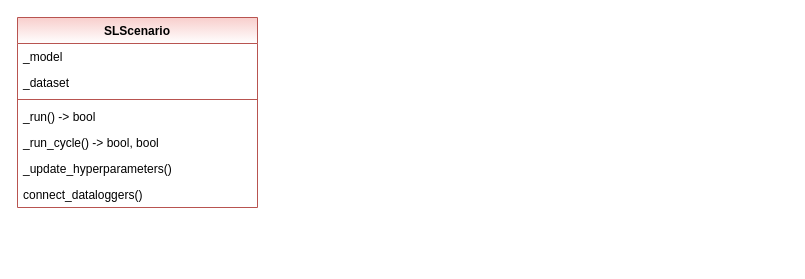
Before: page "Scenario" (2 of 4) of doc/rtd/content/04_appendices/appendix2/sub/core/mlpro_sl/images/Supervised learning.drawio in fhswf/MLPro, a draw.io diagram. Source tidied: cells renumbered, new cells numbered last; positions are measured from the earlier drawing's top-left corner, leaving out a move shared by most shapes. Both pictures are drawn from the tidied source at 100%, with x=0, y=0 at pixel (17, 17).
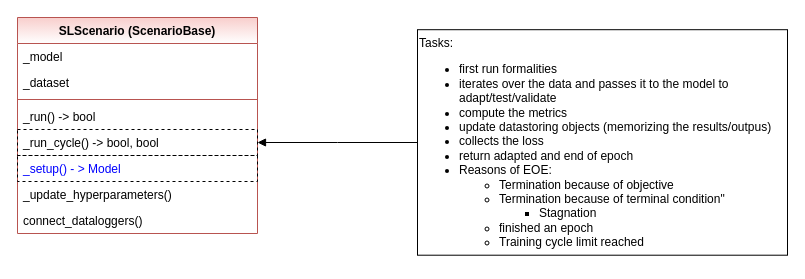
The same diagram, later.

Diff of the diagram source:
```diff
@@
 <mxGraphModel>
   <root>
     <mxCell id="0" />
     <mxCell id="1" parent="0" />
-    <mxCell id="2" value="SLScenario" style="swimlane;fontStyle=1;align=center;verticalAlign=top;horizontal=1;startSize=26;fillColor=#f8cecc;strokeColor=#b85450;gradientColor=#FFFFFF;" parent="1" vertex="1">
-      <mxGeometry width="240" height="190" as="geometry" />
+    <mxCell id="2" value="SLScenario (ScenarioBase)" style="swimlane;fontStyle=1;align=center;verticalAlign=top;horizontal=1;startSize=26;fillColor=#f8cecc;strokeColor=#b85450;gradientColor=#FFFFFF;" parent="1" vertex="1">
+      <mxGeometry width="240" height="216" as="geometry" />
     </mxCell>
     <mxCell id="3" value="_model" style="text;strokeColor=none;fillColor=none;align=left;verticalAlign=top;spacingLeft=4;spacingRight=4;overflow=hidden;" parent="2" vertex="1">
       <mxGeometry y="26" width="240" height="26" as="geometry" />
     </mxCell>
     <mxCell id="4" value="_dataset" style="text;strokeColor=none;fillColor=none;align=left;verticalAlign=top;spacingLeft=4;spacingRight=4;overflow=hidden;" parent="2" vertex="1">
       <mxGeometry y="52" width="240" height="26" as="geometry" />
     </mxCell>
     <mxCell id="5" style="line;strokeWidth=1;fillColor=none;align=left;verticalAlign=middle;spacingTop=-1;spacingLeft=3;spacingRight=3;labelPosition=right;strokeColor=inherit;" parent="2" vertex="1">
       <mxGeometry y="78" width="240" height="8" as="geometry" />
     </mxCell>
     <mxCell id="6" value="_run() -&gt; bool" style="text;strokeColor=none;fillColor=none;align=left;verticalAlign=top;spacingLeft=4;spacingRight=4;overflow=hidden;" parent="2" vertex="1">
       <mxGeometry y="86" width="240" height="26" as="geometry" />
     </mxCell>
-    <mxCell id="7" value="_run_cycle() -&gt; bool, bool " style="text;strokeColor=none;fillColor=none;align=left;verticalAlign=top;spacingLeft=4;spacingRight=4;overflow=hidden;points=[[0,0.5],[1,0.5]];portConstraint=eastwest;" parent="2" vertex="1">
+    <mxCell id="7" value="_run_cycle() -&gt; bool, bool " style="text;strokeColor=default;fillColor=none;align=left;verticalAlign=top;spacingLeft=4;spacingRight=4;overflow=hidden;points=[[0,0.5],[1,0.5]];portConstraint=eastwest;dashed=1;" parent="2" vertex="1">
       <mxGeometry y="112" width="240" height="26" as="geometry" />
     </mxCell>
+    <mxCell id="10" value="_setup() - &gt; Model" style="text;strokeColor=default;fillColor=none;align=left;verticalAlign=top;spacingLeft=4;spacingRight=4;overflow=hidden;dashed=1;fontColor=#0000FF;" parent="2" vertex="1">
+      <mxGeometry y="138" width="240" height="26" as="geometry" />
+    </mxCell>
     <mxCell id="8" value="_update_hyperparameters()" style="text;strokeColor=none;fillColor=none;align=left;verticalAlign=top;spacingLeft=4;spacingRight=4;overflow=hidden;" parent="2" vertex="1">
-      <mxGeometry y="138" width="240" height="26" as="geometry" />
+      <mxGeometry y="164" width="240" height="26" as="geometry" />
     </mxCell>
     <mxCell id="9" value="connect_dataloggers()" style="text;strokeColor=none;fillColor=none;align=left;verticalAlign=top;spacingLeft=4;spacingRight=4;overflow=hidden;" parent="2" vertex="1">
-      <mxGeometry y="164" width="240" height="26" as="geometry" />
+      <mxGeometry y="190" width="240" height="26" as="geometry" />
     </mxCell>
+    <mxCell id="11" style="edgeStyle=orthogonalEdgeStyle;rounded=0;jettySize=auto;html=1;endArrow=block;endFill=1;" parent="1" edge="1" source="12" target="7">
+      <mxGeometry relative="1" as="geometry" />
+    </mxCell>
+    <mxCell id="12" value="Tasks:&lt;br&gt;&lt;ul&gt;&lt;li&gt;&lt;span style=&quot;background-color: initial;&quot;&gt;first run formalities&lt;/span&gt;&lt;/li&gt;&lt;li&gt;&lt;span style=&quot;background-color: initial;&quot;&gt;iterates over the data and passes it to the model to adapt/test/validate&lt;/span&gt;&lt;/li&gt;&lt;li&gt;&lt;span style=&quot;background-color: initial;&quot;&gt;compute the metrics&lt;/span&gt;&lt;br&gt;&lt;/li&gt;&lt;li&gt;update datastoring objects (memorizing the results/outpus)&lt;/li&gt;&lt;li&gt;collects the loss&lt;/li&gt;&lt;li&gt;return adapted and end of epoch&lt;/li&gt;&lt;li&gt;Reasons of EOE:&lt;/li&gt;&lt;ul&gt;&lt;li&gt;Termination because of objective&lt;/li&gt;&lt;li&gt;Termination because of terminal condition&quot;&lt;/li&gt;&lt;ul&gt;&lt;li&gt;Stagnation&lt;/li&gt;&lt;/ul&gt;&lt;li&gt;finished an epoch&lt;/li&gt;&lt;li&gt;Training cycle limit reached&lt;/li&gt;&lt;/ul&gt;&lt;/ul&gt;" style="rounded=0;whiteSpace=wrap;html=1;strokeColor=default;gradientColor=#FFFFFF;verticalAlign=top;align=left;" parent="1" vertex="1">
+      <mxGeometry x="400" y="12.2" width="370" height="225.5" as="geometry" />
+    </mxCell>
   </root>
 </mxGraphModel>
```
